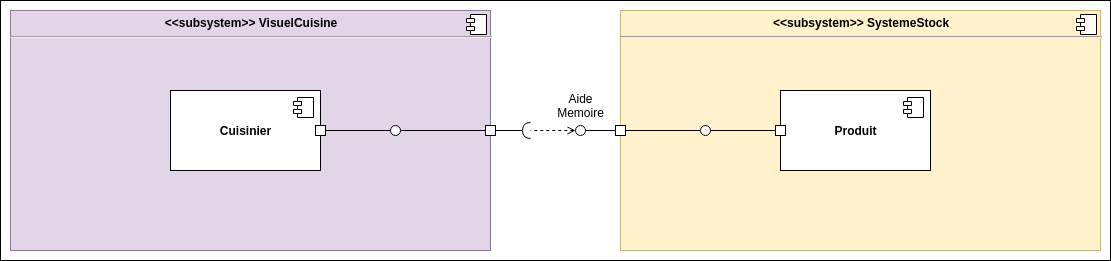
micktymoon/P6_pelletier_c-line keeps this draw.io diagram as Diag_component_visu_cuisine.png. Above is the earlier version. Source tidied: cells renumbered, new cells last; positions are measured from the earlier drawing's top-left corner, leaving out a move shared by most shapes. The source it was exported from:
```xml
<mxGraphModel>
  <root>
    <mxCell id="0" />
    <mxCell id="1" parent="0" />
    <mxCell id="2" style="rounded=0;whiteSpace=wrap;html=1;" parent="1" vertex="1">
      <mxGeometry width="1110" height="260" as="geometry" />
    </mxCell>
    <mxCell id="3" value="&lt;p style=&quot;margin: 6px 0px 0px ; text-align: center&quot;&gt;&lt;b&gt;&amp;lt;&amp;lt;subsystem&amp;gt;&amp;gt; VisuelCuisine&lt;/b&gt;&lt;/p&gt;&lt;hr&gt;&lt;p style=&quot;margin: 0px 0px 0px 8px&quot;&gt;&lt;br&gt;&lt;/p&gt;" style="align=left;overflow=fill;html=1;fillColor=#e1d5e7;strokeColor=#9673a6;" parent="1" vertex="1">
      <mxGeometry x="10" y="10" width="480" height="240" as="geometry" />
    </mxCell>
    <mxCell id="4" style="shape=component;jettyWidth=8;jettyHeight=4;" parent="3" vertex="1">
      <mxGeometry x="1" width="20" height="20" relative="1" as="geometry">
        <mxPoint x="-24" y="4" as="offset" />
      </mxGeometry>
    </mxCell>
    <mxCell id="5" value="&lt;b&gt;Cuisinier&lt;/b&gt;" style="html=1;" parent="1" vertex="1">
      <mxGeometry x="170" y="90" width="150" height="80" as="geometry" />
    </mxCell>
    <mxCell id="6" style="shape=component;jettyWidth=8;jettyHeight=4;" parent="5" vertex="1">
      <mxGeometry x="1" width="20" height="20" relative="1" as="geometry">
        <mxPoint x="-27" y="7" as="offset" />
      </mxGeometry>
    </mxCell>
    <mxCell id="7" style="whiteSpace=wrap;html=1;" parent="1" vertex="1">
      <mxGeometry x="315" y="125" width="10" height="10" as="geometry" />
    </mxCell>
    <mxCell id="8" style="rounded=0;jettySize=auto;html=1;endArrow=halfCircle;endFill=0;endSize=6;strokeWidth=1;exitX=0;exitY=0.5;exitDx=0;exitDy=0;" parent="1" edge="1" source="11">
      <mxGeometry relative="1" as="geometry">
        <mxPoint x="530" y="130" as="targetPoint" />
      </mxGeometry>
    </mxCell>
    <mxCell id="9" style="edgeStyle=none;rounded=0;jettySize=auto;html=1;startArrow=none;startFill=0;endArrow=none;endFill=0;exitX=1;exitY=0.5;exitDx=0;exitDy=0;" parent="1" edge="1" source="7" target="12">
      <mxGeometry relative="1" as="geometry" />
    </mxCell>
    <mxCell id="10" style="edgeStyle=none;rounded=0;jettySize=auto;html=1;exitX=0;exitY=0.5;exitDx=0;exitDy=0;startArrow=none;startFill=0;endArrow=none;endFill=0;" parent="1" edge="1" source="11" target="12">
      <mxGeometry relative="1" as="geometry" />
    </mxCell>
    <mxCell id="11" style="whiteSpace=wrap;html=1;" parent="1" vertex="1">
      <mxGeometry x="485" y="125" width="10" height="10" as="geometry" />
    </mxCell>
    <mxCell id="12" style="ellipse;whiteSpace=wrap;html=1;fontFamily=Helvetica;fontSize=12;fontColor=#000000;align=center;strokeColor=#000000;fillColor=#ffffff;points=[];direction=south;" parent="1" vertex="1">
      <mxGeometry x="390" y="125" width="10" height="10" as="geometry" />
    </mxCell>
    <mxCell id="13" value="Aide&lt;br&gt;Memoire" style="text;html=1;align=center;verticalAlign=middle;" parent="1" vertex="1">
      <mxGeometry x="550" y="90" width="60" height="30" as="geometry" />
    </mxCell>
    <mxCell id="14" value="&lt;p style=&quot;margin: 0px ; margin-top: 6px ; text-align: center&quot;&gt;&lt;b&gt;&amp;lt;&amp;lt;subsystem&amp;gt;&amp;gt; SystemeStock&lt;/b&gt;&lt;/p&gt;&lt;hr&gt;&lt;p style=&quot;margin: 0px ; margin-left: 8px&quot;&gt;&lt;br&gt;&lt;/p&gt;" style="align=left;overflow=fill;html=1;fillColor=#fff2cc;strokeColor=#d6b656;" parent="1" vertex="1">
      <mxGeometry x="620" y="10" width="480" height="240" as="geometry" />
    </mxCell>
    <mxCell id="15" style="shape=component;jettyWidth=8;jettyHeight=4;" parent="14" vertex="1">
      <mxGeometry x="1" width="20" height="20" relative="1" as="geometry">
        <mxPoint x="-24" y="4" as="offset" />
      </mxGeometry>
    </mxCell>
    <mxCell id="16" value="&lt;b&gt;Produit&lt;/b&gt;" style="html=1;" parent="1" vertex="1">
      <mxGeometry x="780" y="90" width="150" height="80" as="geometry" />
    </mxCell>
    <mxCell id="17" style="shape=component;jettyWidth=8;jettyHeight=4;" parent="16" vertex="1">
      <mxGeometry x="1" width="20" height="20" relative="1" as="geometry">
        <mxPoint x="-27" y="7" as="offset" />
      </mxGeometry>
    </mxCell>
    <mxCell id="18" style="whiteSpace=wrap;html=1;" parent="1" vertex="1">
      <mxGeometry x="775" y="125" width="10" height="10" as="geometry" />
    </mxCell>
    <mxCell id="19" style="edgeStyle=none;rounded=0;jettySize=auto;html=1;exitX=0;exitY=0.5;exitDx=0;exitDy=0;startArrow=none;startFill=0;endArrow=none;endFill=0;" parent="1" edge="1" source="18" target="23">
      <mxGeometry relative="1" as="geometry" />
    </mxCell>
    <mxCell id="20" style="edgeStyle=none;rounded=0;jettySize=auto;html=1;exitX=1;exitY=0.5;exitDx=0;exitDy=0;startArrow=none;startFill=0;endArrow=none;endFill=0;" parent="1" edge="1" source="22" target="23">
      <mxGeometry relative="1" as="geometry" />
    </mxCell>
    <mxCell id="21" style="edgeStyle=none;rounded=0;jettySize=auto;html=1;exitX=0;exitY=0.5;exitDx=0;exitDy=0;entryX=0.5;entryY=0.1;entryDx=0;entryDy=0;entryPerimeter=0;endArrow=none;endFill=0;" parent="1" edge="1" source="22" target="24">
      <mxGeometry relative="1" as="geometry" />
    </mxCell>
    <mxCell id="22" style="whiteSpace=wrap;html=1;" parent="1" vertex="1">
      <mxGeometry x="615" y="125" width="10" height="10" as="geometry" />
    </mxCell>
    <mxCell id="23" style="ellipse;whiteSpace=wrap;html=1;fontFamily=Helvetica;fontSize=12;fontColor=#000000;align=center;strokeColor=#000000;fillColor=#ffffff;points=[];direction=south;" parent="1" vertex="1">
      <mxGeometry x="700" y="125" width="10" height="10" as="geometry" />
    </mxCell>
    <mxCell id="24" style="ellipse;whiteSpace=wrap;html=1;fontFamily=Helvetica;fontSize=12;fontColor=#000000;align=center;strokeColor=#000000;fillColor=#ffffff;points=[];direction=south;" parent="1" vertex="1">
      <mxGeometry x="575" y="125" width="10" height="10" as="geometry" />
    </mxCell>
    <mxCell id="25" style="edgeStyle=none;rounded=0;jettySize=auto;html=1;startArrow=open;startFill=0;endArrow=none;endFill=0;dashed=1;" parent="1" edge="1" source="24">
      <mxGeometry relative="1" as="geometry">
        <mxPoint x="530" y="130" as="targetPoint" />
      </mxGeometry>
    </mxCell>
  </root>
</mxGraphModel>
```
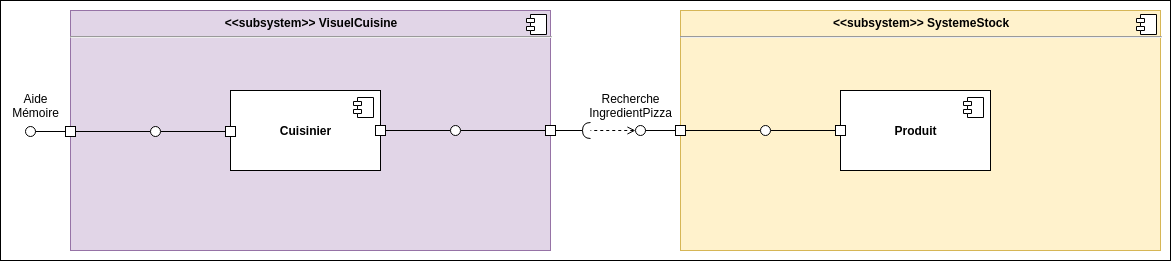
The same file after the commit.

Diff of the diagram source:
```diff
@@ -3,7 +3,7 @@
     <mxCell id="0" />
     <mxCell id="1" parent="0" />
     <mxCell id="2" style="rounded=0;whiteSpace=wrap;html=1;" parent="1" vertex="1">
-      <mxGeometry width="1110" height="260" as="geometry" />
+      <mxGeometry x="-60" width="1170" height="260" as="geometry" />
     </mxCell>
     <mxCell id="3" value="&lt;p style=&quot;margin: 6px 0px 0px ; text-align: center&quot;&gt;&lt;b&gt;&amp;lt;&amp;lt;subsystem&amp;gt;&amp;gt; VisuelCuisine&lt;/b&gt;&lt;/p&gt;&lt;hr&gt;&lt;p style=&quot;margin: 0px 0px 0px 8px&quot;&gt;&lt;br&gt;&lt;/p&gt;" style="align=left;overflow=fill;html=1;fillColor=#e1d5e7;strokeColor=#9673a6;" parent="1" vertex="1">
       <mxGeometry x="10" y="10" width="480" height="240" as="geometry" />
@@ -41,8 +41,8 @@
     <mxCell id="12" style="ellipse;whiteSpace=wrap;html=1;fontFamily=Helvetica;fontSize=12;fontColor=#000000;align=center;strokeColor=#000000;fillColor=#ffffff;points=[];direction=south;" parent="1" vertex="1">
       <mxGeometry x="390" y="125" width="10" height="10" as="geometry" />
     </mxCell>
-    <mxCell id="13" value="Aide&lt;br&gt;Memoire" style="text;html=1;align=center;verticalAlign=middle;" parent="1" vertex="1">
-      <mxGeometry x="550" y="90" width="60" height="30" as="geometry" />
+    <mxCell id="13" value="Recherche&lt;br&gt;IngredientPizza" style="text;html=1;align=center;verticalAlign=middle;" parent="1" vertex="1">
+      <mxGeometry x="520" y="90" width="100" height="30" as="geometry" />
     </mxCell>
     <mxCell id="14" value="&lt;p style=&quot;margin: 0px ; margin-top: 6px ; text-align: center&quot;&gt;&lt;b&gt;&amp;lt;&amp;lt;subsystem&amp;gt;&amp;gt; SystemeStock&lt;/b&gt;&lt;/p&gt;&lt;hr&gt;&lt;p style=&quot;margin: 0px ; margin-left: 8px&quot;&gt;&lt;br&gt;&lt;/p&gt;" style="align=left;overflow=fill;html=1;fillColor=#fff2cc;strokeColor=#d6b656;" parent="1" vertex="1">
       <mxGeometry x="620" y="10" width="480" height="240" as="geometry" />
@@ -86,5 +86,29 @@
         <mxPoint x="530" y="130" as="targetPoint" />
       </mxGeometry>
     </mxCell>
+    <mxCell id="26" style="whiteSpace=wrap;html=1;" parent="1" vertex="1">
+      <mxGeometry x="165" y="126" width="10" height="10" as="geometry" />
+    </mxCell>
+    <mxCell id="27" style="edgeStyle=none;rounded=0;jettySize=auto;html=1;exitX=0;exitY=0.5;exitDx=0;exitDy=0;startArrow=none;startFill=0;endArrow=none;endFill=0;" parent="1" edge="1" source="26" target="31">
+      <mxGeometry relative="1" as="geometry" />
+    </mxCell>
+    <mxCell id="28" style="edgeStyle=none;rounded=0;jettySize=auto;html=1;exitX=1;exitY=0.5;exitDx=0;exitDy=0;startArrow=none;startFill=0;endArrow=none;endFill=0;" parent="1" edge="1" source="30" target="31">
+      <mxGeometry relative="1" as="geometry" />
+    </mxCell>
+    <mxCell id="29" style="edgeStyle=none;rounded=0;jettySize=auto;html=1;exitX=0;exitY=0.5;exitDx=0;exitDy=0;entryX=0.5;entryY=0.1;entryDx=0;entryDy=0;entryPerimeter=0;endArrow=none;endFill=0;" parent="1" edge="1" source="30" target="32">
+      <mxGeometry relative="1" as="geometry" />
+    </mxCell>
+    <mxCell id="30" style="whiteSpace=wrap;html=1;" parent="1" vertex="1">
+      <mxGeometry x="5" y="126" width="10" height="10" as="geometry" />
+    </mxCell>
+    <mxCell id="31" style="ellipse;whiteSpace=wrap;html=1;fontFamily=Helvetica;fontSize=12;fontColor=#000000;align=center;strokeColor=#000000;fillColor=#ffffff;points=[];direction=south;" parent="1" vertex="1">
+      <mxGeometry x="90" y="126" width="10" height="10" as="geometry" />
+    </mxCell>
+    <mxCell id="32" style="ellipse;whiteSpace=wrap;html=1;fontFamily=Helvetica;fontSize=12;fontColor=#000000;align=center;strokeColor=#000000;fillColor=#ffffff;points=[];direction=south;" parent="1" vertex="1">
+      <mxGeometry x="-35" y="126" width="10" height="10" as="geometry" />
+    </mxCell>
+    <mxCell id="33" value="Aide&lt;br&gt;Mémoire" style="text;html=1;align=center;verticalAlign=middle;" parent="1" vertex="1">
+      <mxGeometry x="-55" y="90" width="60" height="30" as="geometry" />
+    </mxCell>
   </root>
 </mxGraphModel>
```
